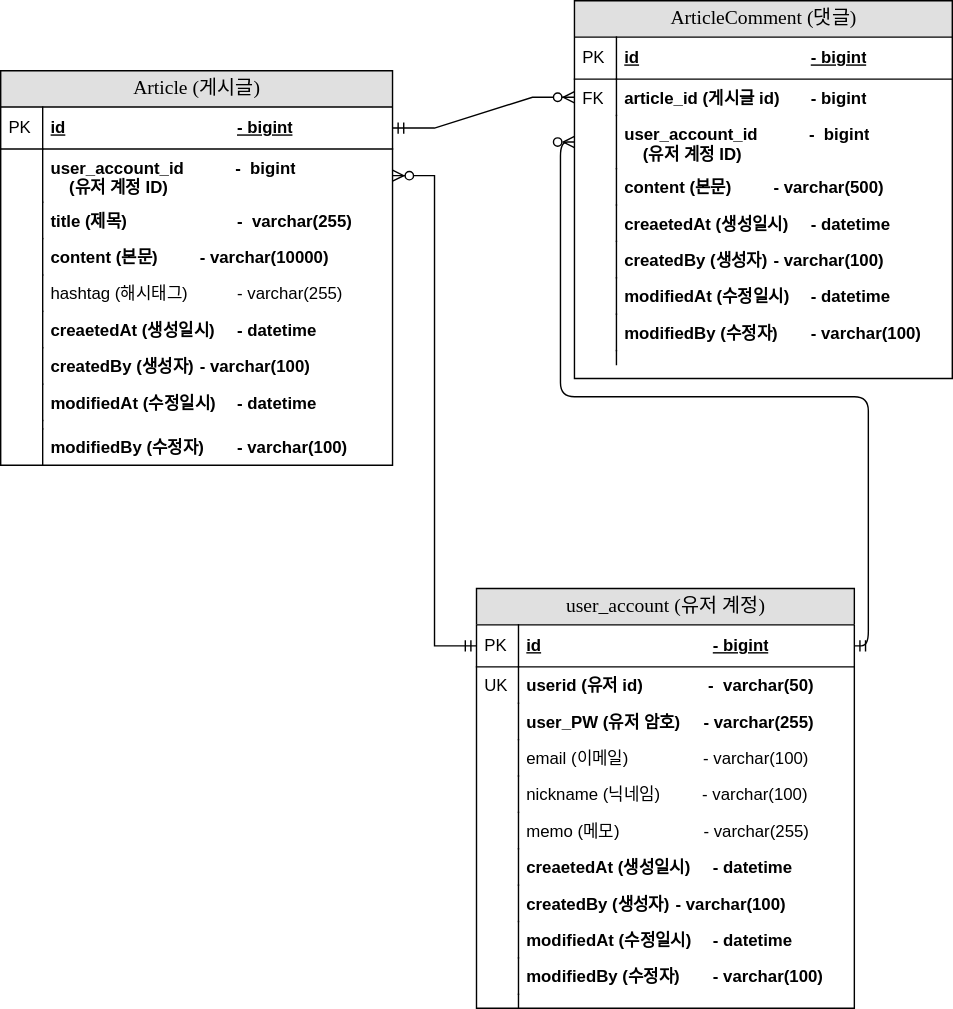
y2gon2/fastcampus-project-board keeps this draw.io diagram as document/project-board-erd.svg. Above is the earlier version. Source tidied: cells renumbered, new cells last; positions are measured from the earlier drawing's top-left corner, leaving out a move shared by most shapes.
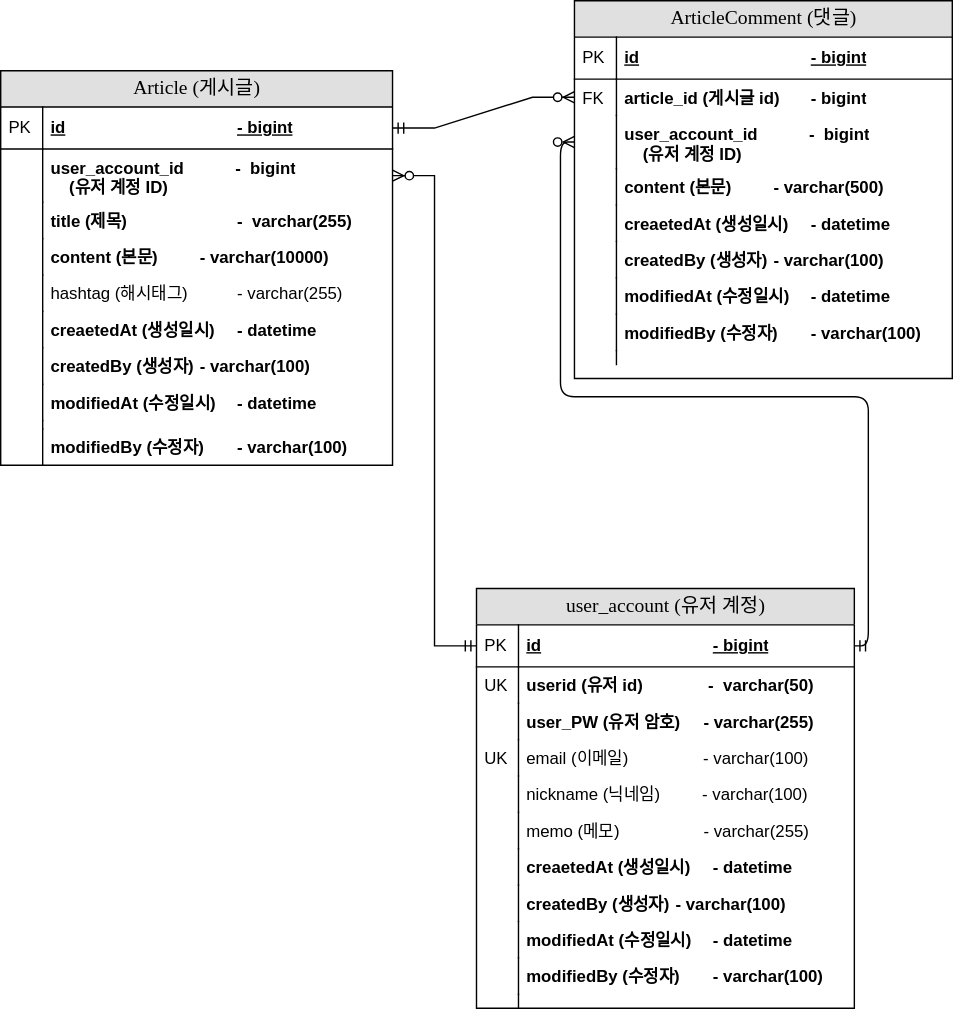
Above is the later version.

Commit message:
user_account email 항목 UK 추가

What changed in the source:
```diff
@@ -149,7 +149,7 @@
     <mxCell id="50" value="&lt;span style=&quot;font-weight: normal;&quot;&gt;email (이메일)&amp;nbsp; &amp;nbsp; &amp;nbsp; &amp;nbsp; &amp;nbsp; &amp;nbsp; &amp;nbsp; &amp;nbsp; - varchar(100)&lt;/span&gt;" style="shape=partialRectangle;top=0;left=0;right=0;bottom=0;html=1;align=left;verticalAlign=top;fillColor=none;spacingLeft=34;spacingRight=4;whiteSpace=wrap;overflow=hidden;fontStyle=1;" parent="43" vertex="1">
       <mxGeometry y="108" width="270" height="26" as="geometry" />
     </mxCell>
-    <mxCell id="51" style="shape=partialRectangle;top=0;left=0;bottom=0;html=1;fillColor=none;align=left;verticalAlign=top;spacingLeft=4;spacingRight=4;whiteSpace=wrap;overflow=hidden;" parent="50" vertex="1">
+    <mxCell id="51" value="UK" style="shape=partialRectangle;top=0;left=0;bottom=0;html=1;fillColor=none;align=left;verticalAlign=top;spacingLeft=4;spacingRight=4;whiteSpace=wrap;overflow=hidden;" parent="50" vertex="1">
       <mxGeometry width="30" height="26" as="geometry" />
     </mxCell>
     <mxCell id="52" value="&lt;span style=&quot;font-weight: normal;&quot;&gt;nickname (닉네임)&amp;nbsp; &amp;nbsp; &amp;nbsp; &amp;nbsp; &amp;nbsp;- varchar(100)&lt;/span&gt;" style="shape=partialRectangle;top=0;left=0;right=0;bottom=0;html=1;align=left;verticalAlign=top;fillColor=none;spacingLeft=34;spacingRight=4;whiteSpace=wrap;overflow=hidden;fontStyle=1;" parent="43" vertex="1">
```
